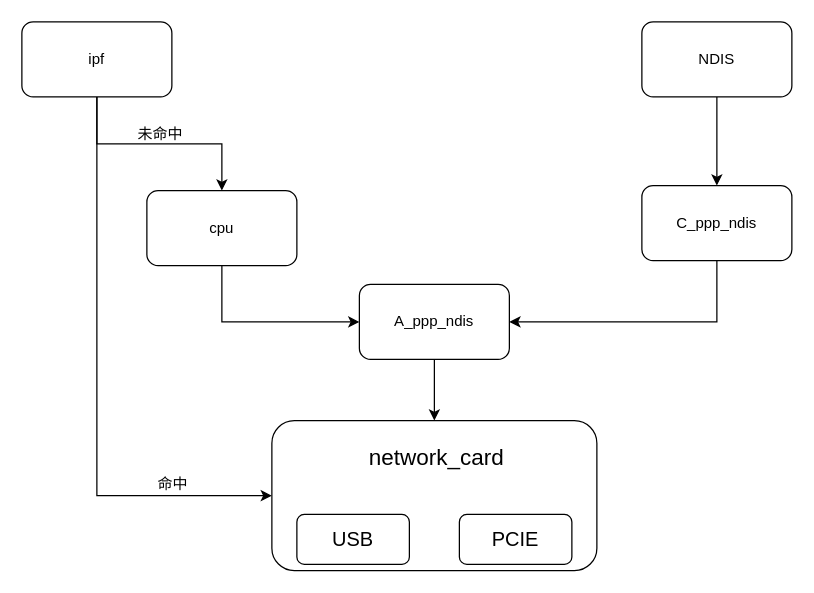
The draw.io diagram Untitled Diagram.drawio in liuhongkang/images, before the edit. Source tidied: cells renumbered, new cells numbered last; positions are measured from the earlier drawing's top-left corner, leaving out a move shared by most shapes. Both pictures are drawn from the tidied source at 125%, with x=0, y=0 at pixel (21, 21).
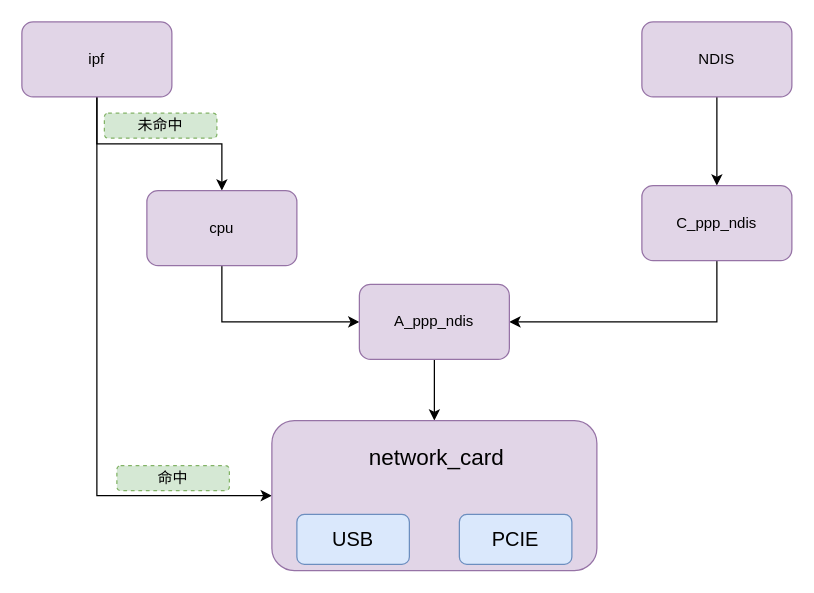
The same page after the edit.

Commit message (it also covers changes not shown here):
多网卡流程图更新.drawio

The edit, as a diff of the source:
```diff
@@
 <mxGraphModel>
   <root>
     <mxCell id="0" />
     <mxCell id="1" parent="0" />
     <mxCell id="2" style="edgeStyle=orthogonalEdgeStyle;rounded=0;jettySize=auto;html=1;exitX=0.5;exitY=1;exitDx=0;exitDy=0;" parent="1" edge="1" source="3" target="5">
       <mxGeometry relative="1" as="geometry" />
     </mxCell>
-    <mxCell id="3" value="NDIS" style="rounded=1;whiteSpace=wrap;html=1;" parent="1" vertex="1">
+    <mxCell id="3" value="NDIS" style="rounded=1;whiteSpace=wrap;html=1;fillColor=#e1d5e7;strokeColor=#9673a6;" parent="1" vertex="1">
       <mxGeometry x="496" width="120" height="60" as="geometry" />
     </mxCell>
     <mxCell id="4" style="edgeStyle=orthogonalEdgeStyle;rounded=0;jettySize=auto;html=1;exitX=0.5;exitY=1;exitDx=0;exitDy=0;entryX=1;entryY=0.5;entryDx=0;entryDy=0;" parent="1" edge="1" source="5" target="12">
       <mxGeometry relative="1" as="geometry" />
     </mxCell>
-    <mxCell id="5" value="C_ppp_ndis" style="rounded=1;whiteSpace=wrap;html=1;" parent="1" vertex="1">
+    <mxCell id="5" value="C_ppp_ndis" style="rounded=1;whiteSpace=wrap;html=1;fillColor=#e1d5e7;strokeColor=#9673a6;" parent="1" vertex="1">
       <mxGeometry x="496" y="131" width="120" height="60" as="geometry" />
     </mxCell>
     <mxCell id="6" style="edgeStyle=orthogonalEdgeStyle;rounded=0;jettySize=auto;html=1;exitX=0.5;exitY=1;exitDx=0;exitDy=0;entryX=0.5;entryY=0;entryDx=0;entryDy=0;" parent="1" edge="1" source="8" target="10">
       <mxGeometry relative="1" as="geometry" />
     </mxCell>
     <mxCell id="7" style="edgeStyle=orthogonalEdgeStyle;rounded=0;jettySize=auto;html=1;exitX=0.5;exitY=1;exitDx=0;exitDy=0;entryX=0;entryY=0.5;entryDx=0;entryDy=0;" parent="1" edge="1" source="8" target="13">
       <mxGeometry relative="1" as="geometry" />
     </mxCell>
-    <mxCell id="8" value="ipf" style="rounded=1;whiteSpace=wrap;html=1;" parent="1" vertex="1">
+    <mxCell id="8" value="ipf" style="rounded=1;whiteSpace=wrap;html=1;fillColor=#e1d5e7;strokeColor=#9673a6;" parent="1" vertex="1">
       <mxGeometry width="120" height="60" as="geometry" />
     </mxCell>
     <mxCell id="9" style="edgeStyle=orthogonalEdgeStyle;rounded=0;jettySize=auto;html=1;exitX=0.5;exitY=1;exitDx=0;exitDy=0;entryX=0;entryY=0.5;entryDx=0;entryDy=0;" parent="1" edge="1" source="10" target="12">
       <mxGeometry relative="1" as="geometry" />
     </mxCell>
-    <mxCell id="10" value="cpu" style="rounded=1;whiteSpace=wrap;html=1;" parent="1" vertex="1">
+    <mxCell id="10" value="cpu" style="rounded=1;whiteSpace=wrap;html=1;fillColor=#e1d5e7;strokeColor=#9673a6;" parent="1" vertex="1">
       <mxGeometry x="100" y="135" width="120" height="60" as="geometry" />
     </mxCell>
     <mxCell id="11" style="edgeStyle=orthogonalEdgeStyle;rounded=0;jettySize=auto;html=1;exitX=0.5;exitY=1;exitDx=0;exitDy=0;entryX=0.5;entryY=0;entryDx=0;entryDy=0;" parent="1" edge="1" source="12" target="13">
       <mxGeometry relative="1" as="geometry" />
     </mxCell>
-    <mxCell id="12" value="A_ppp_ndis" style="rounded=1;whiteSpace=wrap;html=1;" parent="1" vertex="1">
+    <mxCell id="12" value="A_ppp_ndis" style="rounded=1;whiteSpace=wrap;html=1;fillColor=#e1d5e7;strokeColor=#9673a6;" parent="1" vertex="1">
       <mxGeometry x="270" y="210" width="120" height="60" as="geometry" />
     </mxCell>
-    <mxCell id="13" style="rounded=1;whiteSpace=wrap;html=1;" parent="1" vertex="1">
+    <mxCell id="13" style="rounded=1;whiteSpace=wrap;html=1;fillColor=#e1d5e7;strokeColor=#9673a6;" parent="1" vertex="1">
       <mxGeometry x="200" y="319" width="260" height="120" as="geometry" />
     </mxCell>
-    <mxCell id="14" value="&lt;font style=&quot;font-size: 16px&quot;&gt;USB&lt;/font&gt;" style="rounded=1;whiteSpace=wrap;html=1;" parent="1" vertex="1">
+    <mxCell id="14" value="&lt;font style=&quot;font-size: 16px&quot;&gt;USB&lt;/font&gt;" style="rounded=1;whiteSpace=wrap;html=1;fillColor=#dae8fc;strokeColor=#6c8ebf;" parent="1" vertex="1">
       <mxGeometry x="220" y="394" width="90" height="40" as="geometry" />
     </mxCell>
-    <mxCell id="15" value="&lt;font style=&quot;font-size: 16px&quot;&gt;PCIE&lt;/font&gt;" style="rounded=1;whiteSpace=wrap;html=1;" parent="1" vertex="1">
+    <mxCell id="15" value="&lt;font style=&quot;font-size: 16px&quot;&gt;PCIE&lt;/font&gt;" style="rounded=1;whiteSpace=wrap;html=1;fillColor=#dae8fc;strokeColor=#6c8ebf;" parent="1" vertex="1">
       <mxGeometry x="350" y="394" width="90" height="40" as="geometry" />
     </mxCell>
     <mxCell id="16" value="&lt;font style=&quot;font-size: 18px&quot;&gt;network_card&lt;/font&gt;" style="rounded=1;whiteSpace=wrap;html=1;strokeColor=none;fillColor=none;" parent="1" vertex="1">
       <mxGeometry x="274" y="329" width="116" height="40" as="geometry" />
     </mxCell>
-    <mxCell id="17" value="&lt;font style=&quot;font-size: 12px&quot;&gt;未命中&lt;/font&gt;" style="rounded=1;whiteSpace=wrap;html=1;strokeColor=none;fillColor=none;" parent="1" vertex="1">
-      <mxGeometry x="66" y="80" width="90" height="20" as="geometry" />
+    <mxCell id="17" value="&lt;font style=&quot;font-size: 12px&quot;&gt;未命中&lt;/font&gt;" style="rounded=1;whiteSpace=wrap;html=1;strokeColor=#82b366;fillColor=#d5e8d4;dashed=1;" parent="1" vertex="1">
+      <mxGeometry x="66" y="73" width="90" height="20" as="geometry" />
     </mxCell>
-    <mxCell id="18" value="&lt;font style=&quot;font-size: 12px&quot;&gt;命中&lt;/font&gt;" style="rounded=1;whiteSpace=wrap;html=1;strokeColor=none;fillColor=none;" parent="1" vertex="1">
-      <mxGeometry x="76" y="360" width="90" height="20" as="geometry" />
+    <mxCell id="18" value="&lt;font style=&quot;font-size: 12px&quot;&gt;命中&lt;/font&gt;" style="rounded=1;whiteSpace=wrap;html=1;strokeColor=#82b366;fillColor=#d5e8d4;dashed=1;" parent="1" vertex="1">
+      <mxGeometry x="76" y="355" width="90" height="20" as="geometry" />
     </mxCell>
   </root>
 </mxGraphModel>
```
